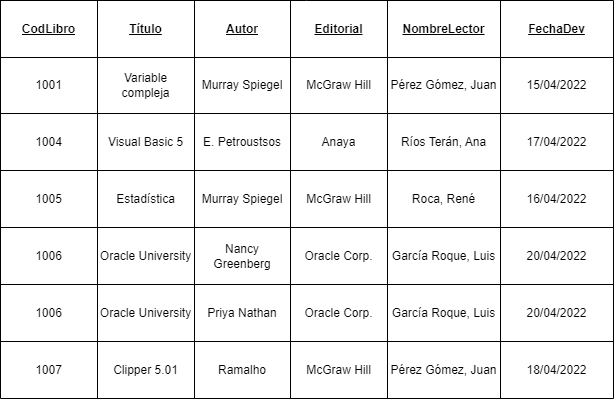
samugd17/base-datos-bae- keeps this draw.io diagram as TAREAS/Tarea15/IMG/Normalización4.drawio.png. Above is the earlier version. Source tidied: cells renumbered, new cells last; positions are measured from the earlier drawing's top-left corner, leaving out a move shared by most shapes.
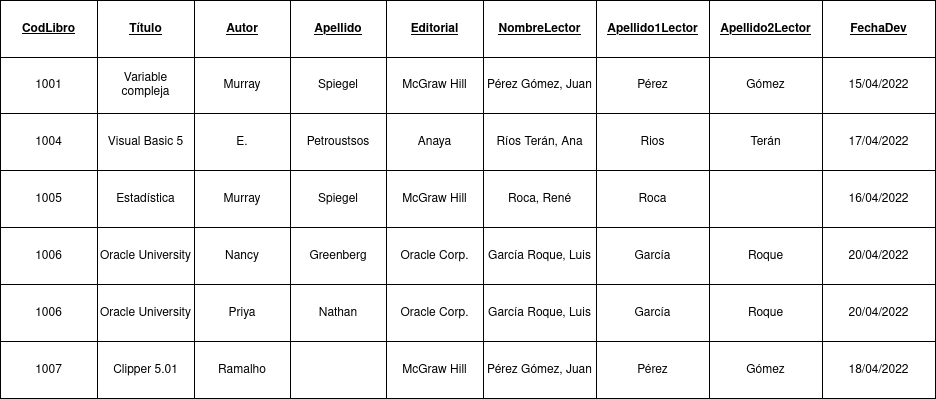
The same file after the commit.

What changed in the source:
```diff
@@ -3,10 +3,10 @@
     <mxCell id="0" />
     <mxCell id="1" parent="0" />
     <mxCell id="2" style="shape=table;html=1;whiteSpace=wrap;startSize=0;" parent="1" vertex="1">
-      <mxGeometry width="613" height="398" as="geometry" />
+      <mxGeometry width="935" height="398" as="geometry" />
     </mxCell>
     <mxCell id="3" style="shape=tableRow;horizontal=0;startSize=0;swimlaneHead=0;swimlaneBody=0;top=0;left=0;bottom=0;right=0;fillColor=none;fontStyle=1;" parent="2" vertex="1">
-      <mxGeometry width="613" height="57" as="geometry" />
+      <mxGeometry width="935" height="57" as="geometry" />
     </mxCell>
     <mxCell id="4" value="&lt;b&gt;&lt;u&gt;CodLibro&lt;/u&gt;&lt;/b&gt;" style="shape=partialRectangle;html=1;whiteSpace=wrap;fillColor=none;top=0;left=0;bottom=0;right=0;overflow=hidden;" parent="3" vertex="1">
       <mxGeometry width="97" height="57" as="geometry" />
@@ -17,17 +17,26 @@
     <mxCell id="6" value="&lt;u&gt;&lt;b&gt;Autor&lt;/b&gt;&lt;/u&gt;" style="shape=partialRectangle;html=1;whiteSpace=wrap;fillColor=none;top=0;left=0;bottom=0;right=0;overflow=hidden;" parent="3" vertex="1">
       <mxGeometry x="194" width="96" height="57" as="geometry" />
     </mxCell>
+    <mxCell id="52" value="&lt;u&gt;&lt;b&gt;Apellido&lt;/b&gt;&lt;/u&gt;" style="shape=partialRectangle;html=1;whiteSpace=wrap;fillColor=none;top=0;left=0;bottom=0;right=0;overflow=hidden;" parent="3" vertex="1">
+      <mxGeometry x="290" width="96" height="57" as="geometry" />
+    </mxCell>
     <mxCell id="7" value="&lt;u&gt;&lt;b&gt;Editorial&lt;/b&gt;&lt;/u&gt;" style="shape=partialRectangle;html=1;whiteSpace=wrap;fillColor=none;top=0;left=0;bottom=0;right=0;overflow=hidden;" parent="3" vertex="1">
-      <mxGeometry x="290" width="97" height="57" as="geometry" />
+      <mxGeometry x="386" width="97" height="57" as="geometry" />
     </mxCell>
     <mxCell id="8" value="&lt;u&gt;&lt;b&gt;NombreLector&lt;/b&gt;&lt;/u&gt;" style="shape=partialRectangle;html=1;whiteSpace=wrap;fillColor=none;top=0;left=0;bottom=0;right=0;overflow=hidden;" parent="3" vertex="1">
-      <mxGeometry x="387" width="113" height="57" as="geometry" />
+      <mxGeometry x="483" width="113" height="57" as="geometry" />
     </mxCell>
+    <mxCell id="53" value="&lt;u&gt;&lt;b&gt;Apellido1Lector&lt;/b&gt;&lt;/u&gt;" style="shape=partialRectangle;html=1;whiteSpace=wrap;fillColor=none;top=0;left=0;bottom=0;right=0;overflow=hidden;" parent="3" vertex="1">
+      <mxGeometry x="596" width="113" height="57" as="geometry" />
+    </mxCell>
+    <mxCell id="54" value="&lt;u&gt;&lt;b&gt;Apellido2L&lt;span style=&quot;white-space: pre;&quot;&gt;ector&lt;/span&gt;&lt;/b&gt;&lt;/u&gt;" style="shape=partialRectangle;html=1;whiteSpace=wrap;fillColor=none;top=0;left=0;bottom=0;right=0;overflow=hidden;" parent="3" vertex="1">
+      <mxGeometry x="709" width="113" height="57" as="geometry" />
+    </mxCell>
     <mxCell id="9" value="&lt;u&gt;&lt;b&gt;FechaDev&lt;/b&gt;&lt;/u&gt;" style="shape=partialRectangle;html=1;whiteSpace=wrap;fillColor=none;top=0;left=0;bottom=0;right=0;overflow=hidden;" parent="3" vertex="1">
-      <mxGeometry x="500" width="113" height="57" as="geometry" />
+      <mxGeometry x="822" width="113" height="57" as="geometry" />
     </mxCell>
     <mxCell id="10" style="shape=tableRow;horizontal=0;startSize=0;swimlaneHead=0;swimlaneBody=0;top=0;left=0;bottom=0;right=0;fillColor=none;" parent="2" vertex="1">
-      <mxGeometry y="57" width="613" height="56" as="geometry" />
+      <mxGeometry y="57" width="935" height="56" as="geometry" />
     </mxCell>
     <mxCell id="11" value="1001" style="shape=partialRectangle;html=1;whiteSpace=wrap;fillColor=none;top=0;left=0;bottom=0;right=0;overflow=hidden;" parent="10" vertex="1">
       <mxGeometry width="97" height="56" as="geometry" />
@@ -35,20 +44,29 @@
     <mxCell id="12" value="&lt;div&gt;Variable&lt;/div&gt;&lt;div&gt;compleja&lt;br&gt;&lt;/div&gt;" style="shape=partialRectangle;html=1;whiteSpace=wrap;fillColor=none;top=0;left=0;bottom=0;right=0;overflow=hidden;" parent="10" vertex="1">
       <mxGeometry x="97" width="97" height="56" as="geometry" />
     </mxCell>
-    <mxCell id="13" value="Murray Spiegel" style="shape=partialRectangle;html=1;whiteSpace=wrap;fillColor=none;top=0;left=0;bottom=0;right=0;overflow=hidden;" parent="10" vertex="1">
+    <mxCell id="13" value="Murray" style="shape=partialRectangle;html=1;whiteSpace=wrap;fillColor=none;top=0;left=0;bottom=0;right=0;overflow=hidden;" parent="10" vertex="1">
       <mxGeometry x="194" width="96" height="56" as="geometry" />
     </mxCell>
+    <mxCell id="55" value="Spiegel" style="shape=partialRectangle;html=1;whiteSpace=wrap;fillColor=none;top=0;left=0;bottom=0;right=0;overflow=hidden;" parent="10" vertex="1">
+      <mxGeometry x="290" width="96" height="56" as="geometry" />
+    </mxCell>
     <mxCell id="14" value="McGraw Hill" style="shape=partialRectangle;html=1;whiteSpace=wrap;fillColor=none;top=0;left=0;bottom=0;right=0;overflow=hidden;" parent="10" vertex="1">
-      <mxGeometry x="290" width="97" height="56" as="geometry" />
+      <mxGeometry x="386" width="97" height="56" as="geometry" />
     </mxCell>
     <mxCell id="15" value="Pérez Gómez, Juan" style="shape=partialRectangle;html=1;whiteSpace=wrap;fillColor=none;top=0;left=0;bottom=0;right=0;overflow=hidden;" parent="10" vertex="1">
-      <mxGeometry x="387" width="113" height="56" as="geometry" />
+      <mxGeometry x="483" width="113" height="56" as="geometry" />
     </mxCell>
+    <mxCell id="56" value="Pérez" style="shape=partialRectangle;html=1;whiteSpace=wrap;fillColor=none;top=0;left=0;bottom=0;right=0;overflow=hidden;" parent="10" vertex="1">
+      <mxGeometry x="596" width="113" height="56" as="geometry" />
+    </mxCell>
+    <mxCell id="57" value="Gómez" style="shape=partialRectangle;html=1;whiteSpace=wrap;fillColor=none;top=0;left=0;bottom=0;right=0;overflow=hidden;" parent="10" vertex="1">
+      <mxGeometry x="709" width="113" height="56" as="geometry" />
+    </mxCell>
     <mxCell id="16" value="15/04/2022" style="shape=partialRectangle;html=1;whiteSpace=wrap;fillColor=none;top=0;left=0;bottom=0;right=0;overflow=hidden;" parent="10" vertex="1">
-      <mxGeometry x="500" width="113" height="56" as="geometry" />
+      <mxGeometry x="822" width="113" height="56" as="geometry" />
     </mxCell>
     <mxCell id="17" style="shape=tableRow;horizontal=0;startSize=0;swimlaneHead=0;swimlaneBody=0;top=0;left=0;bottom=0;right=0;fillColor=none;" parent="2" vertex="1">
-      <mxGeometry y="113" width="613" height="57" as="geometry" />
+      <mxGeometry y="113" width="935" height="57" as="geometry" />
     </mxCell>
     <mxCell id="18" value="1004" style="shape=partialRectangle;html=1;whiteSpace=wrap;fillColor=none;top=0;left=0;bottom=0;right=0;overflow=hidden;" parent="17" vertex="1">
       <mxGeometry width="97" height="57" as="geometry" />
@@ -56,20 +74,29 @@
     <mxCell id="19" value="Visual Basic 5" style="shape=partialRectangle;html=1;whiteSpace=wrap;fillColor=none;top=0;left=0;bottom=0;right=0;overflow=hidden;" parent="17" vertex="1">
       <mxGeometry x="97" width="97" height="57" as="geometry" />
     </mxCell>
-    <mxCell id="20" value="E. Petroustsos" style="shape=partialRectangle;html=1;whiteSpace=wrap;fillColor=none;top=0;left=0;bottom=0;right=0;overflow=hidden;" parent="17" vertex="1">
+    <mxCell id="20" value="E." style="shape=partialRectangle;html=1;whiteSpace=wrap;fillColor=none;top=0;left=0;bottom=0;right=0;overflow=hidden;" parent="17" vertex="1">
       <mxGeometry x="194" width="96" height="57" as="geometry" />
     </mxCell>
+    <mxCell id="58" value="Petroustsos" style="shape=partialRectangle;html=1;whiteSpace=wrap;fillColor=none;top=0;left=0;bottom=0;right=0;overflow=hidden;" parent="17" vertex="1">
+      <mxGeometry x="290" width="96" height="57" as="geometry" />
+    </mxCell>
     <mxCell id="21" value="Anaya" style="shape=partialRectangle;html=1;whiteSpace=wrap;fillColor=none;top=0;left=0;bottom=0;right=0;overflow=hidden;" parent="17" vertex="1">
-      <mxGeometry x="290" width="97" height="57" as="geometry" />
+      <mxGeometry x="386" width="97" height="57" as="geometry" />
     </mxCell>
     <mxCell id="22" value="Ríos Terán, Ana" style="shape=partialRectangle;html=1;whiteSpace=wrap;fillColor=none;top=0;left=0;bottom=0;right=0;overflow=hidden;" parent="17" vertex="1">
-      <mxGeometry x="387" width="113" height="57" as="geometry" />
+      <mxGeometry x="483" width="113" height="57" as="geometry" />
     </mxCell>
+    <mxCell id="59" value="Rios" style="shape=partialRectangle;html=1;whiteSpace=wrap;fillColor=none;top=0;left=0;bottom=0;right=0;overflow=hidden;" parent="17" vertex="1">
+      <mxGeometry x="596" width="113" height="57" as="geometry" />
+    </mxCell>
+    <mxCell id="60" value="Terán" style="shape=partialRectangle;html=1;whiteSpace=wrap;fillColor=none;top=0;left=0;bottom=0;right=0;overflow=hidden;" parent="17" vertex="1">
+      <mxGeometry x="709" width="113" height="57" as="geometry" />
+    </mxCell>
     <mxCell id="23" value="17/04/2022" style="shape=partialRectangle;html=1;whiteSpace=wrap;fillColor=none;top=0;left=0;bottom=0;right=0;overflow=hidden;" parent="17" vertex="1">
-      <mxGeometry x="500" width="113" height="57" as="geometry" />
+      <mxGeometry x="822" width="113" height="57" as="geometry" />
     </mxCell>
     <mxCell id="24" style="shape=tableRow;horizontal=0;startSize=0;swimlaneHead=0;swimlaneBody=0;top=0;left=0;bottom=0;right=0;fillColor=none;" parent="2" vertex="1">
-      <mxGeometry y="170" width="613" height="57" as="geometry" />
+      <mxGeometry y="170" width="935" height="57" as="geometry" />
     </mxCell>
     <mxCell id="25" value="1005" style="shape=partialRectangle;html=1;whiteSpace=wrap;fillColor=none;top=0;left=0;bottom=0;right=0;overflow=hidden;" parent="24" vertex="1">
       <mxGeometry width="97" height="57" as="geometry" />
@@ -77,20 +104,29 @@
     <mxCell id="26" value="Estadística" style="shape=partialRectangle;html=1;whiteSpace=wrap;fillColor=none;top=0;left=0;bottom=0;right=0;overflow=hidden;" parent="24" vertex="1">
       <mxGeometry x="97" width="97" height="57" as="geometry" />
     </mxCell>
-    <mxCell id="27" value="Murray Spiegel" style="shape=partialRectangle;html=1;whiteSpace=wrap;fillColor=none;top=0;left=0;bottom=0;right=0;overflow=hidden;" parent="24" vertex="1">
+    <mxCell id="27" value="Murray" style="shape=partialRectangle;html=1;whiteSpace=wrap;fillColor=none;top=0;left=0;bottom=0;right=0;overflow=hidden;" parent="24" vertex="1">
       <mxGeometry x="194" width="96" height="57" as="geometry" />
     </mxCell>
+    <mxCell id="61" value="Spiegel" style="shape=partialRectangle;html=1;whiteSpace=wrap;fillColor=none;top=0;left=0;bottom=0;right=0;overflow=hidden;" parent="24" vertex="1">
+      <mxGeometry x="290" width="96" height="57" as="geometry" />
+    </mxCell>
     <mxCell id="28" value="McGraw Hill" style="shape=partialRectangle;html=1;whiteSpace=wrap;fillColor=none;top=0;left=0;bottom=0;right=0;overflow=hidden;" parent="24" vertex="1">
-      <mxGeometry x="290" width="97" height="57" as="geometry" />
+      <mxGeometry x="386" width="97" height="57" as="geometry" />
     </mxCell>
     <mxCell id="29" value="Roca, René" style="shape=partialRectangle;html=1;whiteSpace=wrap;fillColor=none;top=0;left=0;bottom=0;right=0;overflow=hidden;" parent="24" vertex="1">
-      <mxGeometry x="387" width="113" height="57" as="geometry" />
+      <mxGeometry x="483" width="113" height="57" as="geometry" />
     </mxCell>
+    <mxCell id="62" value="Roca" style="shape=partialRectangle;html=1;whiteSpace=wrap;fillColor=none;top=0;left=0;bottom=0;right=0;overflow=hidden;" parent="24" vertex="1">
+      <mxGeometry x="596" width="113" height="57" as="geometry" />
+    </mxCell>
+    <mxCell id="63" style="shape=partialRectangle;html=1;whiteSpace=wrap;fillColor=none;top=0;left=0;bottom=0;right=0;overflow=hidden;" parent="24" vertex="1">
+      <mxGeometry x="709" width="113" height="57" as="geometry" />
+    </mxCell>
     <mxCell id="30" value="16/04/2022" style="shape=partialRectangle;html=1;whiteSpace=wrap;fillColor=none;top=0;left=0;bottom=0;right=0;overflow=hidden;" parent="24" vertex="1">
-      <mxGeometry x="500" width="113" height="57" as="geometry" />
+      <mxGeometry x="822" width="113" height="57" as="geometry" />
     </mxCell>
     <mxCell id="31" style="shape=tableRow;horizontal=0;startSize=0;swimlaneHead=0;swimlaneBody=0;top=0;left=0;bottom=0;right=0;fillColor=none;" parent="2" vertex="1">
-      <mxGeometry y="227" width="613" height="57" as="geometry" />
+      <mxGeometry y="227" width="935" height="57" as="geometry" />
     </mxCell>
     <mxCell id="32" value="1006" style="shape=partialRectangle;html=1;whiteSpace=wrap;fillColor=none;top=0;left=0;bottom=0;right=0;overflow=hidden;" parent="31" vertex="1">
       <mxGeometry width="97" height="57" as="geometry" />
@@ -98,20 +134,29 @@
     <mxCell id="33" value="Oracle University" style="shape=partialRectangle;html=1;whiteSpace=wrap;fillColor=none;top=0;left=0;bottom=0;right=0;overflow=hidden;" parent="31" vertex="1">
       <mxGeometry x="97" width="97" height="57" as="geometry" />
     </mxCell>
-    <mxCell id="34" value="Nancy Greenberg" style="shape=partialRectangle;html=1;whiteSpace=wrap;fillColor=none;top=0;left=0;bottom=0;right=0;overflow=hidden;" parent="31" vertex="1">
+    <mxCell id="34" value="Nancy " style="shape=partialRectangle;html=1;whiteSpace=wrap;fillColor=none;top=0;left=0;bottom=0;right=0;overflow=hidden;" parent="31" vertex="1">
       <mxGeometry x="194" width="96" height="57" as="geometry" />
     </mxCell>
+    <mxCell id="64" value="Greenberg" style="shape=partialRectangle;html=1;whiteSpace=wrap;fillColor=none;top=0;left=0;bottom=0;right=0;overflow=hidden;" parent="31" vertex="1">
+      <mxGeometry x="290" width="96" height="57" as="geometry" />
+    </mxCell>
     <mxCell id="35" value="Oracle Corp." style="shape=partialRectangle;html=1;whiteSpace=wrap;fillColor=none;top=0;left=0;bottom=0;right=0;overflow=hidden;" parent="31" vertex="1">
-      <mxGeometry x="290" width="97" height="57" as="geometry" />
+      <mxGeometry x="386" width="97" height="57" as="geometry" />
     </mxCell>
     <mxCell id="36" value="García Roque, Luis" style="shape=partialRectangle;html=1;whiteSpace=wrap;fillColor=none;top=0;left=0;bottom=0;right=0;overflow=hidden;" parent="31" vertex="1">
-      <mxGeometry x="387" width="113" height="57" as="geometry" />
+      <mxGeometry x="483" width="113" height="57" as="geometry" />
     </mxCell>
+    <mxCell id="65" value="García" style="shape=partialRectangle;html=1;whiteSpace=wrap;fillColor=none;top=0;left=0;bottom=0;right=0;overflow=hidden;" parent="31" vertex="1">
+      <mxGeometry x="596" width="113" height="57" as="geometry" />
+    </mxCell>
+    <mxCell id="66" value="Roque" style="shape=partialRectangle;html=1;whiteSpace=wrap;fillColor=none;top=0;left=0;bottom=0;right=0;overflow=hidden;" parent="31" vertex="1">
+      <mxGeometry x="709" width="113" height="57" as="geometry" />
+    </mxCell>
     <mxCell id="37" value="20/04/2022" style="shape=partialRectangle;html=1;whiteSpace=wrap;fillColor=none;top=0;left=0;bottom=0;right=0;overflow=hidden;" parent="31" vertex="1">
-      <mxGeometry x="500" width="113" height="57" as="geometry" />
+      <mxGeometry x="822" width="113" height="57" as="geometry" />
     </mxCell>
     <mxCell id="38" style="shape=tableRow;horizontal=0;startSize=0;swimlaneHead=0;swimlaneBody=0;top=0;left=0;bottom=0;right=0;fillColor=none;" parent="2" vertex="1">
-      <mxGeometry y="284" width="613" height="57" as="geometry" />
+      <mxGeometry y="284" width="935" height="57" as="geometry" />
     </mxCell>
     <mxCell id="39" value="1006" style="shape=partialRectangle;html=1;whiteSpace=wrap;fillColor=none;top=0;left=0;bottom=0;right=0;overflow=hidden;" parent="38" vertex="1">
       <mxGeometry width="97" height="57" as="geometry" />
@@ -119,20 +164,29 @@
     <mxCell id="40" value="Oracle University" style="shape=partialRectangle;html=1;whiteSpace=wrap;fillColor=none;top=0;left=0;bottom=0;right=0;overflow=hidden;" parent="38" vertex="1">
       <mxGeometry x="97" width="97" height="57" as="geometry" />
     </mxCell>
-    <mxCell id="41" value="Priya Nathan" style="shape=partialRectangle;html=1;whiteSpace=wrap;fillColor=none;top=0;left=0;bottom=0;right=0;overflow=hidden;" parent="38" vertex="1">
+    <mxCell id="41" value="Priya" style="shape=partialRectangle;html=1;whiteSpace=wrap;fillColor=none;top=0;left=0;bottom=0;right=0;overflow=hidden;" parent="38" vertex="1">
       <mxGeometry x="194" width="96" height="57" as="geometry" />
     </mxCell>
+    <mxCell id="67" value="Nathan" style="shape=partialRectangle;html=1;whiteSpace=wrap;fillColor=none;top=0;left=0;bottom=0;right=0;overflow=hidden;" parent="38" vertex="1">
+      <mxGeometry x="290" width="96" height="57" as="geometry" />
+    </mxCell>
     <mxCell id="42" value="Oracle Corp." style="shape=partialRectangle;html=1;whiteSpace=wrap;fillColor=none;top=0;left=0;bottom=0;right=0;overflow=hidden;" parent="38" vertex="1">
-      <mxGeometry x="290" width="97" height="57" as="geometry" />
+      <mxGeometry x="386" width="97" height="57" as="geometry" />
     </mxCell>
     <mxCell id="43" value="García Roque, Luis" style="shape=partialRectangle;html=1;whiteSpace=wrap;fillColor=none;top=0;left=0;bottom=0;right=0;overflow=hidden;" parent="38" vertex="1">
-      <mxGeometry x="387" width="113" height="57" as="geometry" />
+      <mxGeometry x="483" width="113" height="57" as="geometry" />
     </mxCell>
+    <mxCell id="68" value="García" style="shape=partialRectangle;html=1;whiteSpace=wrap;fillColor=none;top=0;left=0;bottom=0;right=0;overflow=hidden;" parent="38" vertex="1">
+      <mxGeometry x="596" width="113" height="57" as="geometry" />
+    </mxCell>
+    <mxCell id="69" value="Roque" style="shape=partialRectangle;html=1;whiteSpace=wrap;fillColor=none;top=0;left=0;bottom=0;right=0;overflow=hidden;" parent="38" vertex="1">
+      <mxGeometry x="709" width="113" height="57" as="geometry" />
+    </mxCell>
     <mxCell id="44" value="20/04/2022" style="shape=partialRectangle;html=1;whiteSpace=wrap;fillColor=none;top=0;left=0;bottom=0;right=0;overflow=hidden;" parent="38" vertex="1">
-      <mxGeometry x="500" width="113" height="57" as="geometry" />
+      <mxGeometry x="822" width="113" height="57" as="geometry" />
     </mxCell>
     <mxCell id="45" style="shape=tableRow;horizontal=0;startSize=0;swimlaneHead=0;swimlaneBody=0;top=0;left=0;bottom=0;right=0;fillColor=none;" parent="2" vertex="1">
-      <mxGeometry y="341" width="613" height="57" as="geometry" />
+      <mxGeometry y="341" width="935" height="57" as="geometry" />
     </mxCell>
     <mxCell id="46" value="1007" style="shape=partialRectangle;html=1;whiteSpace=wrap;fillColor=none;top=0;left=0;bottom=0;right=0;overflow=hidden;" parent="45" vertex="1">
       <mxGeometry width="97" height="57" as="geometry" />
@@ -143,14 +197,23 @@
     <mxCell id="48" value="Ramalho" style="shape=partialRectangle;html=1;whiteSpace=wrap;fillColor=none;top=0;left=0;bottom=0;right=0;overflow=hidden;" parent="45" vertex="1">
       <mxGeometry x="194" width="96" height="57" as="geometry" />
     </mxCell>
+    <mxCell id="70" style="shape=partialRectangle;html=1;whiteSpace=wrap;fillColor=none;top=0;left=0;bottom=0;right=0;overflow=hidden;" parent="45" vertex="1">
+      <mxGeometry x="290" width="96" height="57" as="geometry" />
+    </mxCell>
     <mxCell id="49" value="McGraw Hill" style="shape=partialRectangle;html=1;whiteSpace=wrap;fillColor=none;top=0;left=0;bottom=0;right=0;overflow=hidden;" parent="45" vertex="1">
-      <mxGeometry x="290" width="97" height="57" as="geometry" />
+      <mxGeometry x="386" width="97" height="57" as="geometry" />
     </mxCell>
     <mxCell id="50" value="Pérez Gómez, Juan" style="shape=partialRectangle;html=1;whiteSpace=wrap;fillColor=none;top=0;left=0;bottom=0;right=0;overflow=hidden;" parent="45" vertex="1">
-      <mxGeometry x="387" width="113" height="57" as="geometry" />
+      <mxGeometry x="483" width="113" height="57" as="geometry" />
     </mxCell>
+    <mxCell id="71" value="Pérez" style="shape=partialRectangle;html=1;whiteSpace=wrap;fillColor=none;top=0;left=0;bottom=0;right=0;overflow=hidden;" parent="45" vertex="1">
+      <mxGeometry x="596" width="113" height="57" as="geometry" />
+    </mxCell>
+    <mxCell id="72" value="Gómez" style="shape=partialRectangle;html=1;whiteSpace=wrap;fillColor=none;top=0;left=0;bottom=0;right=0;overflow=hidden;" parent="45" vertex="1">
+      <mxGeometry x="709" width="113" height="57" as="geometry" />
+    </mxCell>
     <mxCell id="51" value="18/04/2022" style="shape=partialRectangle;html=1;whiteSpace=wrap;fillColor=none;top=0;left=0;bottom=0;right=0;overflow=hidden;" parent="45" vertex="1">
-      <mxGeometry x="500" width="113" height="57" as="geometry" />
+      <mxGeometry x="822" width="113" height="57" as="geometry" />
     </mxCell>
   </root>
 </mxGraphModel>
```
